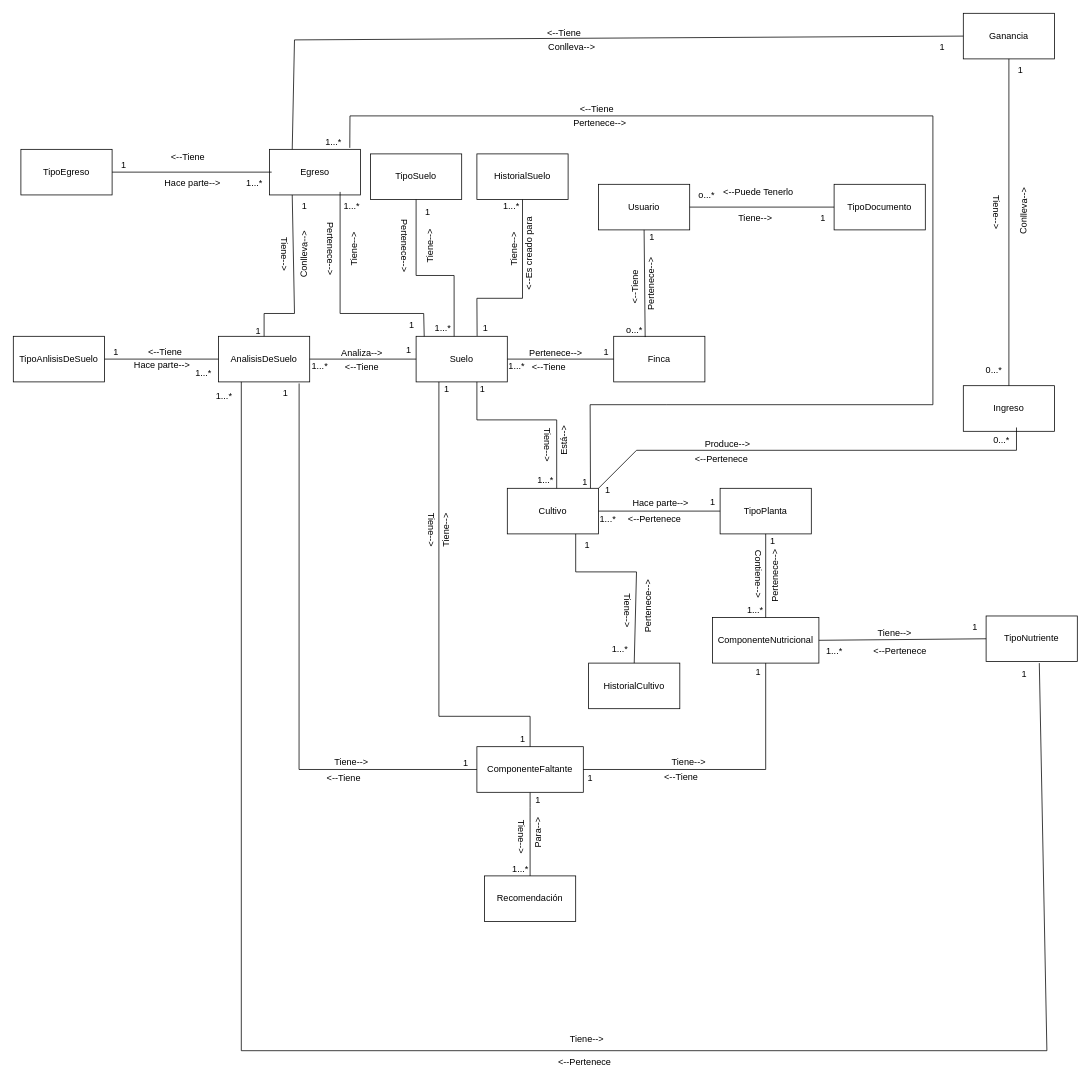
Above: CropScan.drawio in 1193090526alexander/IngenieriaDeSotwareII (draw.io), before the change. Source tidied: cells renumbered, new cells numbered last; positions are measured from the earlier drawing's top-left corner, leaving out a move shared by most shapes. Both pictures are drawn from the tidied source at 76%, with x=0, y=0 at pixel (13, 13).
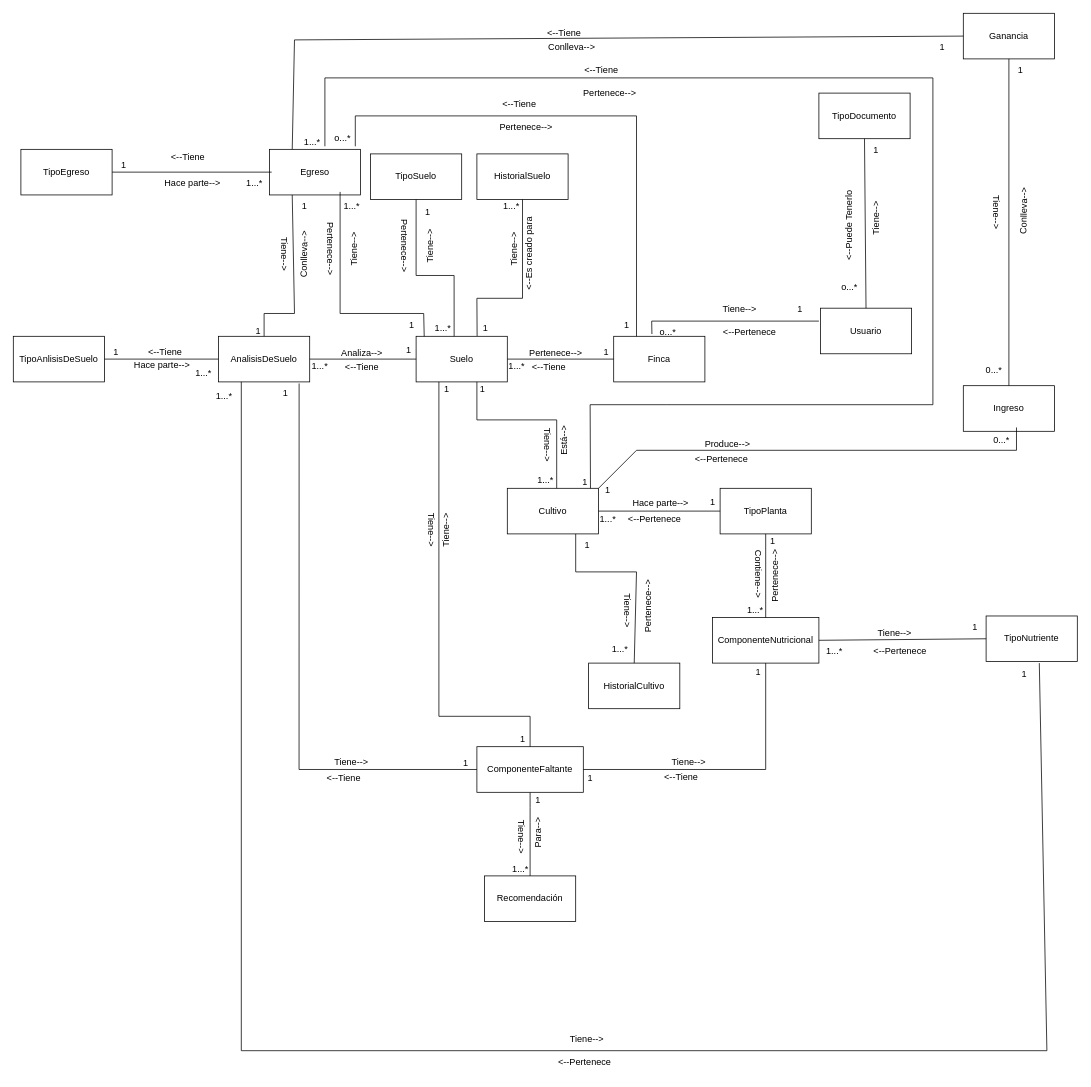
The same page after the edit.

The change refers to these unchanged cells:
```xml
<mxCell id="8" value="Finca" style="rounded=0;whiteSpace=wrap;html=1;" parent="1" vertex="1">
  <mxGeometry x="790" y="425" width="120" height="60" as="geometry" />
</mxCell>
<mxCell id="16" value="Cultivo" style="rounded=0;whiteSpace=wrap;html=1;" parent="1" vertex="1">
  <mxGeometry x="650" y="625" width="120" height="60" as="geometry" />
</mxCell>
```

What changed in the source:
```diff
@@
     <mxCell id="5" value="Usuario" style="rounded=0;whiteSpace=wrap;html=1;" parent="1" vertex="1">
-      <mxGeometry x="770" y="225" width="120" height="60" as="geometry" />
+      <mxGeometry x="1062" y="388" width="120" height="60" as="geometry" />
     </mxCell>
@@
-    <mxCell id="11" style="endArrow=none;html=1;rounded=0;exitX=0.345;exitY=0.017;exitDx=0;exitDy=0;exitPerimeter=0;" parent="1" edge="1" source="8">
+    <mxCell id="11" style="endArrow=none;html=1;rounded=0;exitX=0.419;exitY=-0.05;exitDx=0;exitDy=0;exitPerimeter=0;" parent="1" edge="1" source="8">
       <mxGeometry relative="1" as="geometry">
-        <mxPoint x="830" y="285" as="targetPoint" />
+        <mxPoint x="1060" y="405" as="targetPoint" />
+        <Array as="points">
+          <mxPoint x="840" y="405" />
+        </Array>
       </mxGeometry>
     </mxCell>
@@
-    <mxCell id="13" value="Pertenece--&amp;gt;" style="text;html=1;strokeColor=none;fillColor=none;align=center;verticalAlign=middle;whiteSpace=wrap;rounded=0;rotation=270;" parent="1" vertex="1">
-      <mxGeometry x="799" y="341" width="80" height="30" as="geometry" />
+    <mxCell id="13" value="&amp;lt;--Pertenece" style="text;html=1;strokeColor=none;fillColor=none;align=center;verticalAlign=middle;whiteSpace=wrap;rounded=0;rotation=0;" parent="1" vertex="1">
+      <mxGeometry x="929" y="405" width="80" height="30" as="geometry" />
     </mxCell>
-    <mxCell id="14" value="&amp;lt;--Tiene" style="text;html=1;strokeColor=none;fillColor=none;align=center;verticalAlign=middle;whiteSpace=wrap;rounded=0;rotation=270;" parent="1" vertex="1">
-      <mxGeometry x="778" y="345" width="80" height="30" as="geometry" />
+    <mxCell id="14" value="Tiene--&amp;gt;" style="text;html=1;strokeColor=none;fillColor=none;align=center;verticalAlign=middle;whiteSpace=wrap;rounded=0;rotation=0;" parent="1" vertex="1">
+      <mxGeometry x="916" y="375" width="80" height="30" as="geometry" />
     </mxCell>
@@
     <mxCell id="40" value="1" style="text;html=1;align=center;verticalAlign=middle;strokeColor=none;fillColor=none;" parent="1" vertex="1">
-      <mxGeometry x="825" y="280" width="30" height="30" as="geometry" />
+      <mxGeometry x="1020" y="375" width="30" height="30" as="geometry" />
     </mxCell>
     <mxCell id="41" value="o...*" style="text;html=1;align=center;verticalAlign=middle;strokeColor=none;fillColor=none;" parent="1" vertex="1">
-      <mxGeometry x="797" y="402" width="40" height="30" as="geometry" />
+      <mxGeometry x="841" y="405" width="40" height="30" as="geometry" />
     </mxCell>
@@
-    <mxCell id="58" style="endArrow=none;html=1;rounded=0;entryX=0.912;entryY=0.001;entryDx=0;entryDy=0;entryPerimeter=0;exitX=1.056;exitY=0.734;exitDx=0;exitDy=0;exitPerimeter=0;" parent="1" edge="1" source="62" target="16">
+    <mxCell id="58" style="endArrow=none;html=1;rounded=0;entryX=0.912;entryY=0.001;entryDx=0;entryDy=0;entryPerimeter=0;" parent="1" edge="1" target="16">
       <mxGeometry relative="1" as="geometry">
+        <mxPoint x="410" y="175" as="sourcePoint" />
         <Array as="points">
-          <mxPoint x="443" y="135" />
-          <mxPoint x="1210" y="135" />
+          <mxPoint x="410" y="85" />
+          <mxPoint x="1210" y="85" />
           <mxPoint x="1210" y="515" />
           <mxPoint x="860" y="515" />
           <mxPoint x="759" y="515" />
         </Array>
       </mxGeometry>
     </mxCell>
     <mxCell id="59" value="&amp;lt;--Tiene" style="text;html=1;strokeColor=none;fillColor=none;align=center;verticalAlign=middle;whiteSpace=wrap;rounded=0;" parent="1" vertex="1">
-      <mxGeometry x="738" y="112" width="60" height="30" as="geometry" />
+      <mxGeometry x="744" y="60" width="60" height="30" as="geometry" />
     </mxCell>
     <mxCell id="60" value="Pertenece--&amp;gt;" style="text;html=1;strokeColor=none;fillColor=none;align=center;verticalAlign=middle;whiteSpace=wrap;rounded=0;" parent="1" vertex="1">
-      <mxGeometry x="732" y="130" width="80" height="30" as="geometry" />
+      <mxGeometry x="745" y="90" width="80" height="30" as="geometry" />
     </mxCell>
@@
     <mxCell id="62" value="1...*" style="text;html=1;align=center;verticalAlign=middle;points=[];strokeColor=none;fillColor=none;" parent="1" vertex="1">
-      <mxGeometry x="400.5" y="155" width="40" height="30" as="geometry" />
+      <mxGeometry x="373" y="155" width="40" height="30" as="geometry" />
     </mxCell>
@@
     <mxCell id="102" value="TipoDocumento" style="rounded=0;whiteSpace=wrap;html=1;" parent="1" vertex="1">
-      <mxGeometry x="1080" y="225" width="120" height="60" as="geometry" />
+      <mxGeometry x="1060" y="105" width="120" height="60" as="geometry" />
     </mxCell>
-    <mxCell id="103" style="endArrow=none;html=1;rounded=0;entryX=0;entryY=0.5;entryDx=0;entryDy=0;exitX=1;exitY=0.5;exitDx=0;exitDy=0;" parent="1" edge="1" source="5" target="102">
+    <mxCell id="103" style="endArrow=none;html=1;rounded=0;entryX=0.5;entryY=1;entryDx=0;entryDy=0;exitX=0.5;exitY=0;exitDx=0;exitDy=0;" parent="1" edge="1" source="5" target="102">
       <mxGeometry relative="1" as="geometry" />
     </mxCell>
-    <mxCell id="104" value="&amp;lt;--Puede Tenerlo" style="text;html=1;align=center;verticalAlign=middle;strokeColor=none;fillColor=none;" parent="1" vertex="1">
-      <mxGeometry x="920" y="220" width="120" height="30" as="geometry" />
+    <mxCell id="104" value="&amp;lt;--Puede Tenerlo" style="text;html=1;align=center;verticalAlign=middle;strokeColor=none;fillColor=none;rotation=270;" parent="1" vertex="1">
+      <mxGeometry x="1039.5" y="265" width="120" height="30" as="geometry" />
     </mxCell>
-    <mxCell id="105" value="Tiene--&amp;gt;" style="text;html=1;align=center;verticalAlign=middle;strokeColor=none;fillColor=none;" parent="1" vertex="1">
-      <mxGeometry x="941" y="255" width="70" height="30" as="geometry" />
+    <mxCell id="105" value="Tiene--&amp;gt;" style="text;html=1;align=center;verticalAlign=middle;strokeColor=none;fillColor=none;rotation=270;" parent="1" vertex="1">
+      <mxGeometry x="1100" y="255" width="70" height="30" as="geometry" />
     </mxCell>
     <mxCell id="106" value="1" style="text;html=1;align=center;verticalAlign=middle;strokeColor=none;fillColor=none;" parent="1" vertex="1">
-      <mxGeometry x="1050" y="255" width="30" height="30" as="geometry" />
+      <mxGeometry x="1120" y="165" width="30" height="30" as="geometry" />
     </mxCell>
     <mxCell id="107" value="o...*" style="text;html=1;align=center;verticalAlign=middle;strokeColor=none;fillColor=none;" parent="1" vertex="1">
-      <mxGeometry x="892" y="225" width="40" height="30" as="geometry" />
+      <mxGeometry x="1080" y="345" width="40" height="30" as="geometry" />
     </mxCell>
@@
+    <mxCell id="140" style="endArrow=none;html=1;rounded=0;entryX=0.25;entryY=0;entryDx=0;entryDy=0;" parent="1" edge="1" target="8">
+      <mxGeometry relative="1" as="geometry">
+        <mxPoint x="450" y="175" as="sourcePoint" />
+        <Array as="points">
+          <mxPoint x="450" y="135" />
+          <mxPoint x="820" y="135" />
+        </Array>
+      </mxGeometry>
+    </mxCell>
+    <mxCell id="141" value="1" style="text;html=1;align=center;verticalAlign=middle;strokeColor=none;fillColor=none;" parent="1" vertex="1">
+      <mxGeometry x="792" y="395" width="30" height="30" as="geometry" />
+    </mxCell>
+    <mxCell id="142" value="&amp;lt;--Tiene" style="text;html=1;strokeColor=none;fillColor=none;align=center;verticalAlign=middle;whiteSpace=wrap;rounded=0;" parent="1" vertex="1">
+      <mxGeometry x="636" y="105" width="60" height="30" as="geometry" />
+    </mxCell>
+    <mxCell id="143" value="Pertenece--&amp;gt;" style="text;html=1;strokeColor=none;fillColor=none;align=center;verticalAlign=middle;whiteSpace=wrap;rounded=0;" parent="1" vertex="1">
+      <mxGeometry x="635" y="135" width="80" height="30" as="geometry" />
+    </mxCell>
+    <mxCell id="144" value="o...*" style="text;html=1;align=center;verticalAlign=middle;strokeColor=none;fillColor=none;" parent="1" vertex="1">
+      <mxGeometry x="413" y="149" width="40" height="30" as="geometry" />
+    </mxCell>
```
